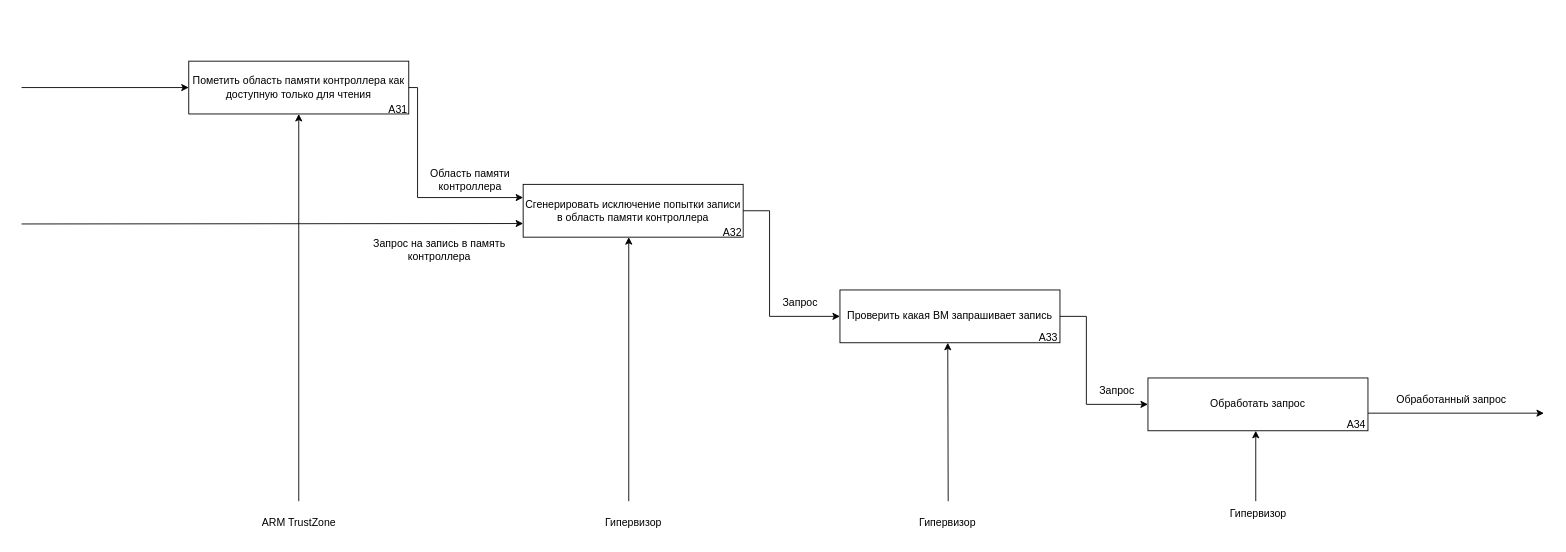
This is page "Page-2" (2 of 2) of docs/drawio/idef0-trap-and-emulate.drawio from mRrvz/bmstu-masters-diploma, a draw.io file, before an edit. Source tidied: cells renumbered, new cells numbered last; positions are measured from the earlier drawing's top-left corner, leaving out a move shared by most shapes. Both pictures are drawn from the tidied source at 88%, with x=0, y=0 at pixel (21, 61).
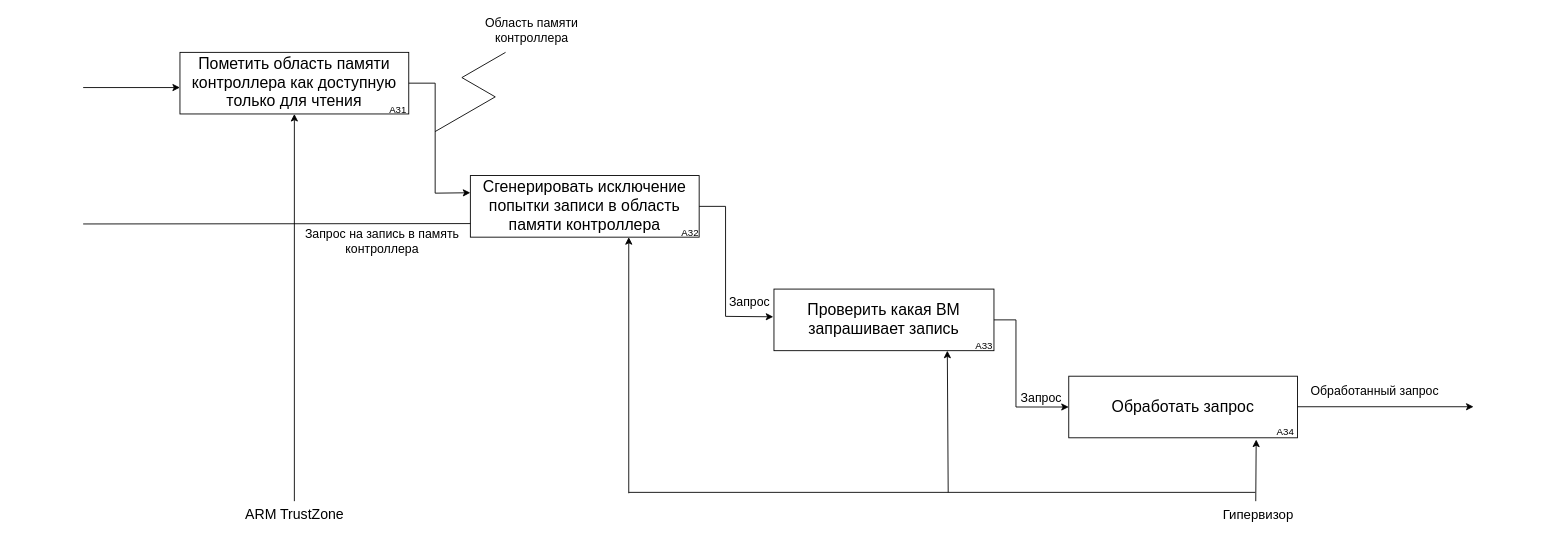
The same diagram, later.

Change to the diagram source:
```diff
@@
-    <mxCell id="2" value="Пометить область памяти контроллера как доступную только для чтения" style="rounded=0;whiteSpace=wrap;html=1;" parent="1" vertex="1">
-      <mxGeometry x="190" width="250" height="60" as="geometry" />
+    <mxCell id="2" value="&lt;font style=&quot;font-size: 18px;&quot;&gt;Пометить область памяти контроллера как доступную только для чтения&lt;/font&gt;" style="rounded=0;whiteSpace=wrap;html=1;" parent="1" vertex="1">
+      <mxGeometry x="180" y="-10" width="260" height="70" as="geometry" />
     </mxCell>
     <mxCell id="3" style="endArrow=classic;html=1;rounded=0;entryX=0;entryY=0.5;entryDx=0;entryDy=0;" parent="1" edge="1">
       <mxGeometry relative="1" as="geometry">
-        <mxPoint y="185" as="sourcePoint" />
+        <mxPoint x="70" y="185" as="sourcePoint" />
         <mxPoint x="570" y="184.5" as="targetPoint" />
       </mxGeometry>
     </mxCell>
-    <mxCell id="4" style="endArrow=classic;html=1;rounded=0;exitX=1;exitY=0.5;exitDx=0;exitDy=0;entryX=0;entryY=0.25;entryDx=0;entryDy=0;" parent="1" edge="1" source="2" target="9">
+    <mxCell id="4" style="endArrow=classic;html=1;rounded=0;exitX=1;exitY=0.5;exitDx=0;exitDy=0;entryX=0;entryY=0.279;entryDx=0;entryDy=0;entryPerimeter=0;" parent="1" edge="1" source="2" target="9">
       <mxGeometry relative="1" as="geometry">
         <Array as="points">
-          <mxPoint x="450" y="30" />
-          <mxPoint x="450" y="155" />
+          <mxPoint x="470" y="25" />
+          <mxPoint x="470" y="150" />
         </Array>
       </mxGeometry>
     </mxCell>
-    <mxCell id="5" value="Запрос на запись в память контроллера" style="text;html=1;align=center;verticalAlign=middle;whiteSpace=wrap;rounded=0;" parent="1" vertex="1">
-      <mxGeometry x="390" y="200" width="170" height="30" as="geometry" />
+    <mxCell id="5" value="&lt;font style=&quot;font-size: 14px;&quot;&gt;Запрос на запись в память контроллера&lt;/font&gt;" style="text;html=1;align=center;verticalAlign=middle;whiteSpace=wrap;rounded=0;" parent="1" vertex="1">
+      <mxGeometry x="300" y="190" width="220" height="30" as="geometry" />
     </mxCell>
     <mxCell id="6" style="endArrow=classic;html=1;rounded=0;entryX=0.5;entryY=1;entryDx=0;entryDy=0;" parent="1" edge="1" target="2">
       <mxGeometry relative="1" as="geometry">
-        <mxPoint x="315" y="500" as="sourcePoint" />
+        <mxPoint x="310" y="500" as="sourcePoint" />
       </mxGeometry>
     </mxCell>
-    <mxCell id="7" value="ARM TrustZone" style="text;html=1;align=center;verticalAlign=middle;whiteSpace=wrap;rounded=0;" parent="1" vertex="1">
-      <mxGeometry x="252.5" y="510" width="125" height="30" as="geometry" />
+    <mxCell id="7" value="&lt;font style=&quot;font-size: 16px;&quot;&gt;ARM TrustZone&lt;/font&gt;" style="text;html=1;align=center;verticalAlign=middle;whiteSpace=wrap;rounded=0;" parent="1" vertex="1">
+      <mxGeometry x="247.5" y="500" width="125" height="30" as="geometry" />
     </mxCell>
-    <mxCell id="8" value="A31" style="text;html=1;align=center;verticalAlign=middle;whiteSpace=wrap;rounded=0;" parent="1" vertex="1">
+    <mxCell id="8" value="&lt;font style=&quot;font-size: 11px;&quot;&gt;A31&lt;/font&gt;" style="text;html=1;align=center;verticalAlign=middle;whiteSpace=wrap;rounded=0;" parent="1" vertex="1">
       <mxGeometry x="398" y="40" width="60" height="30" as="geometry" />
     </mxCell>
-    <mxCell id="9" value="Сгенерировать исключение попытки записи в область памяти контроллера" style="rounded=0;whiteSpace=wrap;html=1;" parent="1" vertex="1">
-      <mxGeometry x="570" y="140" width="250" height="60" as="geometry" />
+    <mxCell id="9" value="&lt;font style=&quot;font-size: 18px;&quot;&gt;Сгенерировать исключение попытки записи в область памяти контроллера&lt;/font&gt;" style="rounded=0;whiteSpace=wrap;html=1;" parent="1" vertex="1">
+      <mxGeometry x="510" y="130" width="260" height="70" as="geometry" />
     </mxCell>
-    <mxCell id="10" value="Проверить какая ВМ запрашивает запись" style="rounded=0;whiteSpace=wrap;html=1;" parent="1" vertex="1">
-      <mxGeometry x="930" y="260" width="250" height="60" as="geometry" />
+    <mxCell id="10" value="&lt;font style=&quot;font-size: 18px;&quot;&gt;Проверить какая ВМ запрашивает запись&lt;/font&gt;" style="rounded=0;whiteSpace=wrap;html=1;" parent="1" vertex="1">
+      <mxGeometry x="855" y="259" width="250" height="70" as="geometry" />
     </mxCell>
-    <mxCell id="11" value="Обработать запрос " style="rounded=0;whiteSpace=wrap;html=1;" parent="1" vertex="1">
-      <mxGeometry x="1280" y="360" width="250" height="60" as="geometry" />
+    <mxCell id="11" value="&lt;font style=&quot;font-size: 18px;&quot;&gt;Обработать запрос &lt;/font&gt;" style="rounded=0;whiteSpace=wrap;html=1;" parent="1" vertex="1">
+      <mxGeometry x="1190" y="358" width="260" height="70" as="geometry" />
     </mxCell>
-    <mxCell id="12" style="endArrow=classic;html=1;rounded=0;exitX=1;exitY=0.5;exitDx=0;exitDy=0;entryX=0;entryY=0.5;entryDx=0;entryDy=0;" parent="1" edge="1" source="9" target="10">
+    <mxCell id="12" style="endArrow=classic;html=1;rounded=0;exitX=1;exitY=0.5;exitDx=0;exitDy=0;entryX=-0.003;entryY=0.45;entryDx=0;entryDy=0;entryPerimeter=0;" parent="1" edge="1" source="9" target="10">
       <mxGeometry relative="1" as="geometry">
         <Array as="points">
-          <mxPoint x="850" y="170" />
-          <mxPoint x="850" y="290" />
+          <mxPoint x="800" y="165" />
+          <mxPoint x="800" y="290" />
         </Array>
       </mxGeometry>
     </mxCell>
-    <mxCell id="13" value="Запрос" style="text;html=1;align=center;verticalAlign=middle;whiteSpace=wrap;rounded=0;" parent="1" vertex="1">
-      <mxGeometry x="800" y="260" width="170" height="30" as="geometry" />
+    <mxCell id="13" value="&lt;font style=&quot;font-size: 14px;&quot;&gt;Запрос&lt;/font&gt;" style="text;html=1;align=center;verticalAlign=middle;whiteSpace=wrap;rounded=0;" parent="1" vertex="1">
+      <mxGeometry x="790" y="259" width="75" height="30" as="geometry" />
     </mxCell>
     <mxCell id="14" style="endArrow=classic;html=1;rounded=0;exitX=1;exitY=0.5;exitDx=0;exitDy=0;entryX=0;entryY=0.5;entryDx=0;entryDy=0;" parent="1" edge="1" source="10" target="11">
       <mxGeometry relative="1" as="geometry">
         <Array as="points">
-          <mxPoint x="1210" y="290" />
-          <mxPoint x="1210" y="390" />
+          <mxPoint x="1130" y="294" />
+          <mxPoint x="1130" y="393" />
         </Array>
       </mxGeometry>
     </mxCell>
-    <mxCell id="15" value="Запрос" style="text;html=1;align=center;verticalAlign=middle;whiteSpace=wrap;rounded=0;" parent="1" vertex="1">
-      <mxGeometry x="1160" y="360" width="170" height="30" as="geometry" />
+    <mxCell id="15" value="&lt;font style=&quot;font-size: 14px;&quot;&gt;Запрос&lt;/font&gt;" style="text;html=1;align=center;verticalAlign=middle;whiteSpace=wrap;rounded=0;" parent="1" vertex="1">
+      <mxGeometry x="1124" y="368" width="70" height="30" as="geometry" />
     </mxCell>
     <mxCell id="16" style="endArrow=classic;html=1;rounded=0;exitX=1;exitY=0.5;exitDx=0;exitDy=0;" parent="1" edge="1">
       <mxGeometry relative="1" as="geometry">
-        <mxPoint x="1530" y="400" as="sourcePoint" />
-        <mxPoint x="1730" y="400" as="targetPoint" />
+        <mxPoint x="1450" y="392.7" as="sourcePoint" />
+        <mxPoint x="1650" y="392.7" as="targetPoint" />
       </mxGeometry>
     </mxCell>
-    <mxCell id="17" value="Обработанный запрос" style="text;html=1;align=center;verticalAlign=middle;whiteSpace=wrap;rounded=0;" parent="1" vertex="1">
-      <mxGeometry x="1550" y="370" width="150" height="30" as="geometry" />
+    <mxCell id="17" value="&lt;font style=&quot;font-size: 14px;&quot;&gt;Обработанный запрос&lt;/font&gt;" style="text;html=1;align=center;verticalAlign=middle;whiteSpace=wrap;rounded=0;" parent="1" vertex="1">
+      <mxGeometry x="1462.5" y="360" width="150" height="30" as="geometry" />
     </mxCell>
-    <mxCell id="18" value="A32" style="text;html=1;align=center;verticalAlign=middle;whiteSpace=wrap;rounded=0;" parent="1" vertex="1">
-      <mxGeometry x="778" y="180" width="60" height="30" as="geometry" />
+    <mxCell id="18" value="&lt;font style=&quot;font-size: 11px;&quot;&gt;A32&lt;/font&gt;" style="text;html=1;align=center;verticalAlign=middle;whiteSpace=wrap;rounded=0;" parent="1" vertex="1">
+      <mxGeometry x="730" y="180" width="60" height="30" as="geometry" />
     </mxCell>
-    <mxCell id="19" value="A33" style="text;html=1;align=center;verticalAlign=middle;whiteSpace=wrap;rounded=0;" parent="1" vertex="1">
-      <mxGeometry x="1137" y="299" width="60" height="30" as="geometry" />
+    <mxCell id="19" value="&lt;font style=&quot;font-size: 11px;&quot;&gt;A33&lt;/font&gt;" style="text;html=1;align=center;verticalAlign=middle;whiteSpace=wrap;rounded=0;" parent="1" vertex="1">
+      <mxGeometry x="1064" y="309" width="60" height="29" as="geometry" />
     </mxCell>
-    <mxCell id="20" value="A34" style="text;html=1;align=center;verticalAlign=middle;whiteSpace=wrap;rounded=0;" parent="1" vertex="1">
-      <mxGeometry x="1487" y="398" width="60" height="30" as="geometry" />
+    <mxCell id="20" value="&lt;font style=&quot;font-size: 11px;&quot;&gt;A34&lt;/font&gt;" style="text;html=1;align=center;verticalAlign=middle;whiteSpace=wrap;rounded=0;" parent="1" vertex="1">
+      <mxGeometry x="1410" y="406" width="52.5" height="30" as="geometry" />
     </mxCell>
     <mxCell id="21" style="endArrow=classic;html=1;rounded=0;entryX=0.5;entryY=1;entryDx=0;entryDy=0;" parent="1" edge="1">
       <mxGeometry relative="1" as="geometry">
-        <mxPoint x="690" y="500" as="sourcePoint" />
+        <mxPoint x="690" y="491" as="sourcePoint" />
         <mxPoint x="690" y="200" as="targetPoint" />
       </mxGeometry>
     </mxCell>
-    <mxCell id="22" value="Гипервизор" style="text;html=1;align=center;verticalAlign=middle;whiteSpace=wrap;rounded=0;" parent="1" vertex="1">
-      <mxGeometry x="632.5" y="510" width="125" height="30" as="geometry" />
-    </mxCell>
     <mxCell id="23" style="endArrow=classic;html=1;rounded=0;entryX=0.5;entryY=1;entryDx=0;entryDy=0;" parent="1" edge="1">
       <mxGeometry relative="1" as="geometry">
-        <mxPoint x="1053" y="500" as="sourcePoint" />
-        <mxPoint x="1052.5" y="320" as="targetPoint" />
+        <mxPoint x="1053" y="490" as="sourcePoint" />
+        <mxPoint x="1052" y="329" as="targetPoint" />
       </mxGeometry>
     </mxCell>
-    <mxCell id="24" value="Гипервизор" style="text;html=1;align=center;verticalAlign=middle;whiteSpace=wrap;rounded=0;" parent="1" vertex="1">
-      <mxGeometry x="990" y="510" width="125" height="30" as="geometry" />
-    </mxCell>
-    <mxCell id="25" style="endArrow=classic;html=1;rounded=0;entryX=0.5;entryY=1;entryDx=0;entryDy=0;" parent="1" edge="1">
+    <mxCell id="25" style="endArrow=classic;html=1;rounded=0;" parent="1" edge="1">
       <mxGeometry relative="1" as="geometry">
         <mxPoint x="1402.5" y="500" as="sourcePoint" />
-        <mxPoint x="1402.5" y="420" as="targetPoint" />
+        <mxPoint x="1403" y="430" as="targetPoint" />
       </mxGeometry>
     </mxCell>
-    <mxCell id="26" value="Гипервизор" style="text;html=1;align=center;verticalAlign=middle;whiteSpace=wrap;rounded=0;" parent="1" vertex="1">
+    <mxCell id="26" value="&lt;font style=&quot;font-size: 15px;&quot;&gt;Гипервизор&lt;/font&gt;" style="text;html=1;align=center;verticalAlign=middle;whiteSpace=wrap;rounded=0;" parent="1" vertex="1">
       <mxGeometry x="1342.5" y="500" width="125" height="30" as="geometry" />
     </mxCell>
-    <mxCell id="27" value="Область памяти контроллера" style="text;html=1;align=center;verticalAlign=middle;whiteSpace=wrap;rounded=0;" parent="1" vertex="1">
-      <mxGeometry x="450" y="120" width="120" height="30" as="geometry" />
+    <mxCell id="27" value="&lt;font style=&quot;font-size: 14px;&quot;&gt;Область памяти контроллера&lt;/font&gt;" style="text;html=1;align=center;verticalAlign=middle;whiteSpace=wrap;rounded=0;" parent="1" vertex="1">
+      <mxGeometry x="520" y="-50" width="120" height="30" as="geometry" />
     </mxCell>
     <mxCell id="28" style="endArrow=classic;html=1;rounded=0;entryX=0;entryY=0.5;entryDx=0;entryDy=0;" parent="1" edge="1">
       <mxGeometry relative="1" as="geometry">
-        <mxPoint y="30" as="sourcePoint" />
-        <mxPoint x="190" y="30" as="targetPoint" />
+        <mxPoint x="70" y="30" as="sourcePoint" />
+        <mxPoint x="180" y="30" as="targetPoint" />
       </mxGeometry>
     </mxCell>
+    <mxCell id="29" style="edgeStyle=isometricEdgeStyle;endArrow=none;html=1;rounded=0;" parent="1" edge="1">
+      <mxGeometry relative="1" as="geometry">
+        <mxPoint x="470" y="80" as="sourcePoint" />
+        <mxPoint x="550" y="-10" as="targetPoint" />
+        <Array as="points">
+          <mxPoint x="520" y="30" />
+        </Array>
+      </mxGeometry>
+    </mxCell>
+    <mxCell id="30" style="endArrow=none;html=1;rounded=0;" parent="1" edge="1">
+      <mxGeometry relative="1" as="geometry">
+        <mxPoint x="690" y="490" as="sourcePoint" />
+        <mxPoint x="1402" y="490" as="targetPoint" />
+      </mxGeometry>
+    </mxCell>
```
